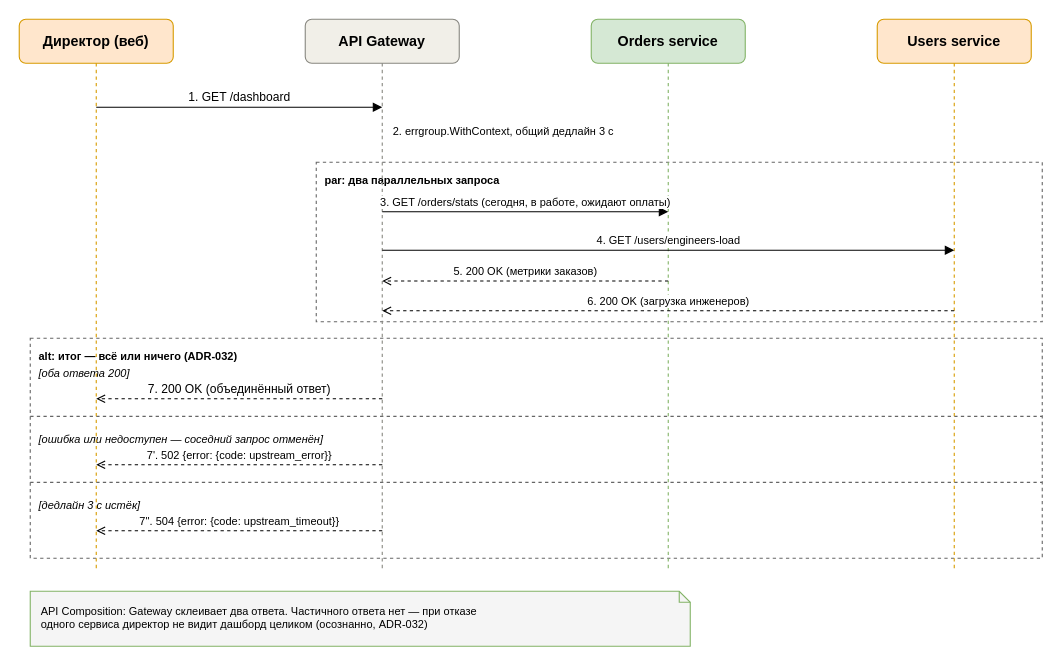
Before: stuff/uml/sequence/sequence-director-dashboard.drawio in TFRunity/sto, a draw.io diagram. Source tidied: cells renumbered, new cells numbered last; positions are measured from the earlier drawing's top-left corner, leaving out a move shared by most shapes. Both pictures are drawn from the tidied source at 110%, with x=0, y=0 at pixel (19, 19).
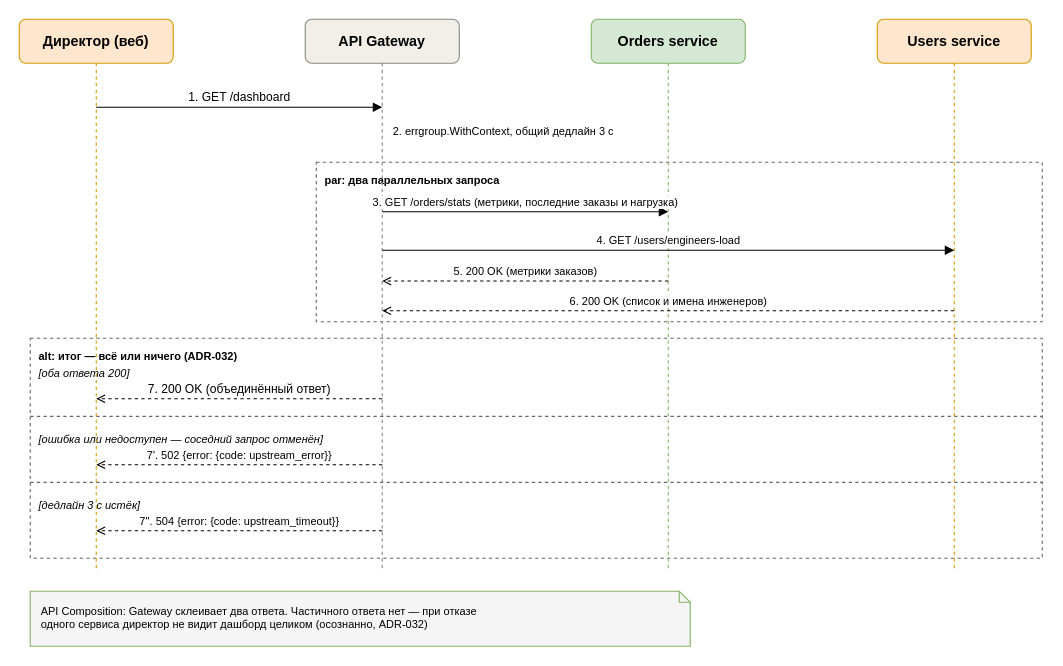
The same page after the edit.

What changed in the source:
```diff
@@
-    <mxCell id="19" value="3. GET /orders/stats (сегодня, в работе, ожидают оплаты)" style="html=1;endArrow=block;fontSize=10;align=center;verticalAlign=bottom;" parent="1" edge="1">
+    <mxCell id="19" value="3. GET /orders/stats (метрики, последние заказы и нагрузка)" style="html=1;endArrow=block;fontSize=10;align=center;verticalAlign=bottom;" parent="1" edge="1">
       <mxGeometry relative="1" as="geometry">
         <mxPoint x="330" y="175" as="sourcePoint" />
         <mxPoint x="590" y="175" as="targetPoint" />
       </mxGeometry>
     </mxCell>
@@
-    <mxCell id="22" value="6. 200 OK (загрузка инженеров)" style="html=1;endArrow=open;dashed=1;fontSize=10;align=center;verticalAlign=bottom;" parent="1" edge="1">
+    <mxCell id="22" value="6. 200 OK (список и имена инженеров)" style="html=1;endArrow=open;dashed=1;fontSize=10;align=center;verticalAlign=bottom;" parent="1" edge="1">
       <mxGeometry relative="1" as="geometry">
         <mxPoint x="850" y="265" as="sourcePoint" />
         <mxPoint x="330" y="265" as="targetPoint" />
       </mxGeometry>
     </mxCell>
```
